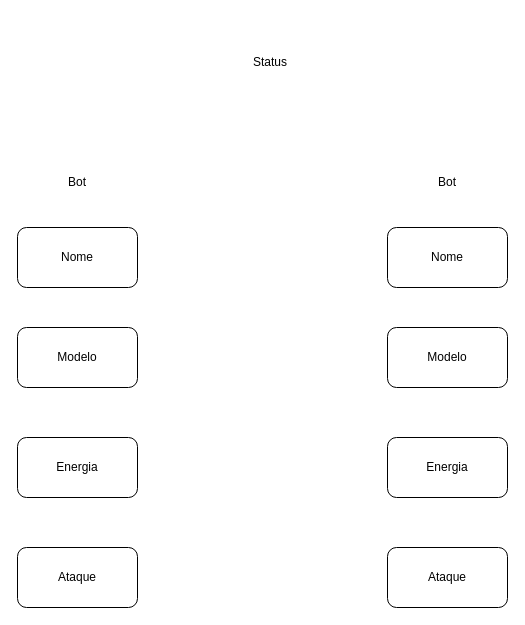
Earlier version of the draw.io diagram page "Duel" (2 of 4) of diagram.drawio (guilherme-messias/batalha-de-bots). Source tidied: cells renumbered, new cells numbered last; positions are measured from the earlier drawing's top-left corner, leaving out a move shared by most shapes. Both pictures are drawn from the tidied source at 100%, with x=0, y=0 at pixel (17, 17).
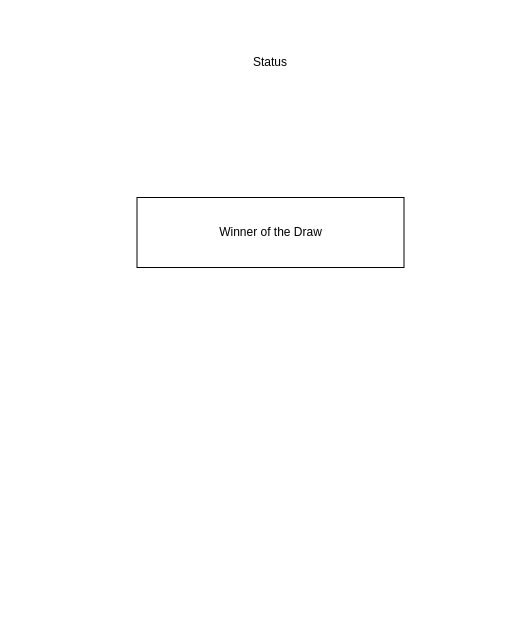
Above is the later version.

Commit message (it also covers changes not shown here):
atualiza diagramas e estrutura HTML da página de duelo, adicionando seções para status e vencedor

Diff of the diagram source:
```diff
@@
 <mxGraphModel>
   <root>
     <mxCell id="0" />
     <mxCell id="1" parent="0" />
-    <mxCell id="2" value="Nome" style="rounded=1;whiteSpace=wrap;html=1;" parent="1" vertex="1">
-      <mxGeometry y="210" width="120" height="60" as="geometry" />
-    </mxCell>
-    <mxCell id="3" value="Modelo" style="rounded=1;whiteSpace=wrap;html=1;" parent="1" vertex="1">
-      <mxGeometry y="310" width="120" height="60" as="geometry" />
-    </mxCell>
-    <mxCell id="4" value="Energia" style="rounded=1;whiteSpace=wrap;html=1;" parent="1" vertex="1">
-      <mxGeometry y="420" width="120" height="60" as="geometry" />
-    </mxCell>
-    <mxCell id="5" value="Ataque" style="rounded=1;whiteSpace=wrap;html=1;" parent="1" vertex="1">
-      <mxGeometry y="530" width="120" height="60" as="geometry" />
-    </mxCell>
-    <mxCell id="6" value="Bot" style="text;html=1;strokeColor=none;fillColor=none;align=center;verticalAlign=middle;whiteSpace=wrap;rounded=0;" parent="1" vertex="1">
-      <mxGeometry x="30" y="150" width="60" height="30" as="geometry" />
-    </mxCell>
-    <mxCell id="7" value="Nome" style="rounded=1;whiteSpace=wrap;html=1;" parent="1" vertex="1">
-      <mxGeometry x="370" y="210" width="120" height="60" as="geometry" />
-    </mxCell>
-    <mxCell id="8" value="Modelo" style="rounded=1;whiteSpace=wrap;html=1;" parent="1" vertex="1">
-      <mxGeometry x="370" y="310" width="120" height="60" as="geometry" />
-    </mxCell>
-    <mxCell id="9" value="Energia" style="rounded=1;whiteSpace=wrap;html=1;" parent="1" vertex="1">
-      <mxGeometry x="370" y="420" width="120" height="60" as="geometry" />
-    </mxCell>
-    <mxCell id="10" value="Ataque" style="rounded=1;whiteSpace=wrap;html=1;" parent="1" vertex="1">
-      <mxGeometry x="370" y="530" width="120" height="60" as="geometry" />
-    </mxCell>
-    <mxCell id="11" value="Bot" style="text;html=1;strokeColor=none;fillColor=none;align=center;verticalAlign=middle;whiteSpace=wrap;rounded=0;" parent="1" vertex="1">
-      <mxGeometry x="400" y="150" width="60" height="30" as="geometry" />
-    </mxCell>
     <mxCell id="12" value="Status" style="text;html=1;strokeColor=none;fillColor=none;align=center;verticalAlign=middle;whiteSpace=wrap;rounded=0;" parent="1" vertex="1">
       <mxGeometry x="170" width="166" height="90" as="geometry" />
     </mxCell>
+    <mxCell id="13" value="Winner of the Draw" style="rounded=0;whiteSpace=wrap;html=1;" parent="1" vertex="1">
+      <mxGeometry x="119.5" y="180" width="267" height="70" as="geometry" />
+    </mxCell>
   </root>
 </mxGraphModel>
```
